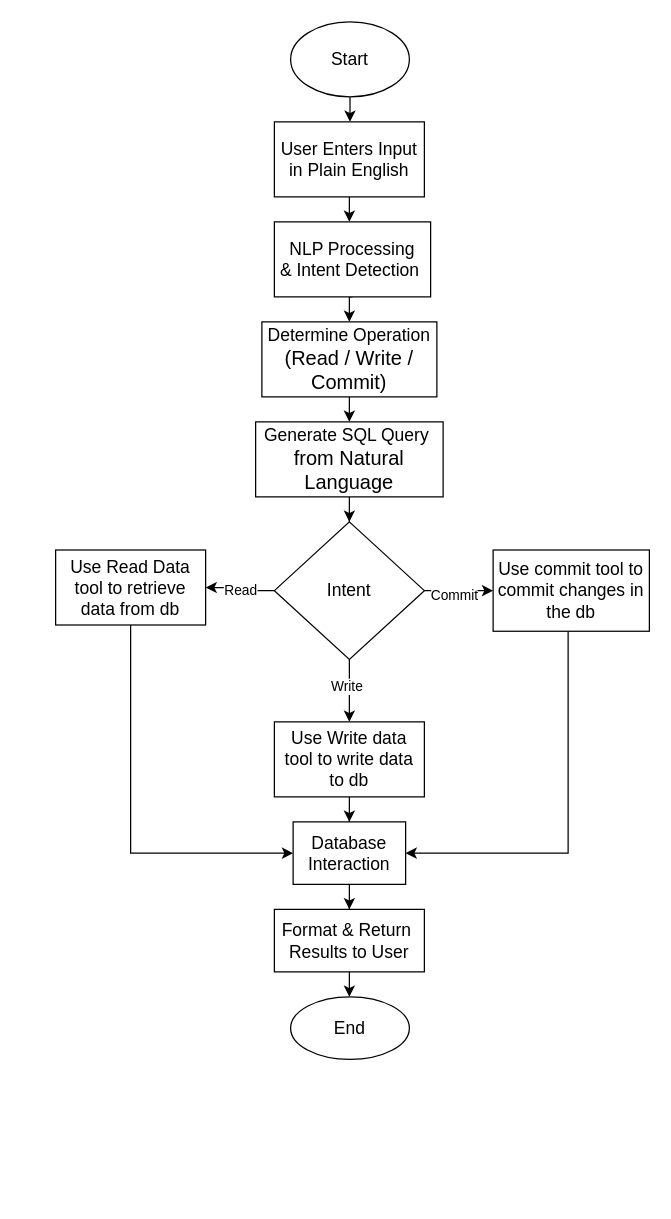
The draw.io diagram DB agent flowchart.drawio in Aparup123/Drawio, before the edit. Source tidied: cells renumbered, new cells numbered last; positions are measured from the earlier drawing's top-left corner, leaving out a move shared by most shapes. Both pictures are drawn from the tidied source at 125%, with x=0, y=0 at pixel (55, 21).
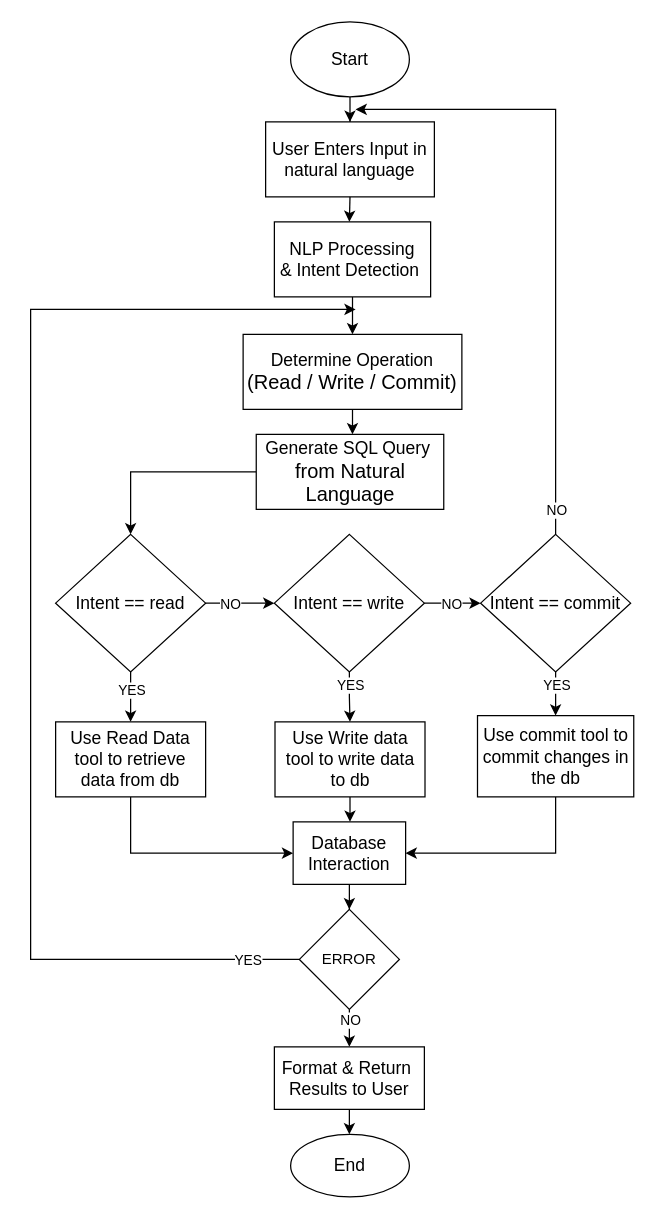
The same page after the edit.

The change refers to these unchanged cells:
```xml
<mxCell id="12" value="&lt;font style=&quot;font-size: 14px;&quot;&gt;Database&lt;/font&gt;&lt;div&gt;&lt;font style=&quot;font-size: 14px;&quot;&gt;&amp;nbsp;Interaction&amp;nbsp;&lt;/font&gt;&lt;/div&gt;" style="rounded=0;whiteSpace=wrap;html=1;" parent="1" vertex="1">
  <mxGeometry x="190" y="640" width="90" height="50" as="geometry" />
</mxCell>
```

What changed in the source:
```diff
@@
-    <mxCell id="4" value="&lt;font style=&quot;font-size: 14px;&quot;&gt;User Enters Input in Plain English&lt;/font&gt;" style="rounded=0;whiteSpace=wrap;html=1;" parent="1" vertex="1">
-      <mxGeometry x="175" y="80" width="120" height="60" as="geometry" />
+    <mxCell id="4" value="&lt;font style=&quot;font-size: 14px;&quot;&gt;User Enters Input in natural language&lt;/font&gt;" style="rounded=0;whiteSpace=wrap;html=1;" parent="1" vertex="1">
+      <mxGeometry x="168" y="80" width="135" height="60" as="geometry" />
     </mxCell>
@@
     <mxCell id="8" value="&lt;font style=&quot;font-size: 14px;&quot;&gt;Determine Operation&lt;/font&gt;&lt;div&gt;&lt;font size=&quot;3&quot;&gt;(Read / Write / Commit)&lt;/font&gt;&lt;/div&gt;" style="rounded=0;whiteSpace=wrap;html=1;" parent="1" vertex="1">
-      <mxGeometry x="165" y="240" width="140" height="60" as="geometry" />
+      <mxGeometry x="150" y="250" width="175" height="60" as="geometry" />
     </mxCell>
@@
     <mxCell id="10" value="&lt;font style=&quot;font-size: 14px;&quot;&gt;Generate SQL Query&amp;nbsp;&lt;/font&gt;&lt;div&gt;&lt;font size=&quot;3&quot;&gt;from Natural Language&lt;/font&gt;&lt;/div&gt;" style="rounded=0;whiteSpace=wrap;html=1;" parent="1" vertex="1">
-      <mxGeometry x="160" y="320" width="150" height="60" as="geometry" />
+      <mxGeometry x="160.5" y="330" width="150" height="60" as="geometry" />
     </mxCell>
-    <mxCell id="11" style="edgeStyle=orthogonalEdgeStyle;rounded=0;jettySize=auto;html=1;entryX=0.5;entryY=0;entryDx=0;entryDy=0;" parent="1" edge="1" source="12" target="14">
+    <mxCell id="11" style="edgeStyle=orthogonalEdgeStyle;rounded=0;jettySize=auto;html=1;entryX=0.5;entryY=0;entryDx=0;entryDy=0;" parent="1" edge="1" source="47" target="14">
       <mxGeometry relative="1" as="geometry" />
     </mxCell>
+    <mxCell id="30" value="NO" style="edgeLabel;html=1;align=center;verticalAlign=middle;" parent="11" vertex="1">
+      <mxGeometry x="-0.69" relative="1" as="geometry" />
+    </mxCell>
@@
     <mxCell id="14" value="&lt;font style=&quot;font-size: 14px;&quot;&gt;Format &amp;amp; Return&lt;/font&gt;&lt;font style=&quot;font-size: 14px;&quot;&gt;&amp;nbsp;&lt;/font&gt;&lt;div&gt;&lt;span style=&quot;background-color: transparent; color: light-dark(rgb(0, 0, 0), rgb(255, 255, 255));&quot;&gt;&lt;font style=&quot;font-size: 14px;&quot;&gt;Results to User&lt;/font&gt;&lt;/span&gt;&lt;/div&gt;" style="rounded=0;whiteSpace=wrap;html=1;" parent="1" vertex="1">
-      <mxGeometry x="175" y="710" width="120" height="50" as="geometry" />
+      <mxGeometry x="175" y="820" width="120" height="50" as="geometry" />
     </mxCell>
     <mxCell id="15" value="&lt;font style=&quot;font-size: 14px;&quot;&gt;End&lt;/font&gt;" style="ellipse;whiteSpace=wrap;html=1;" parent="1" vertex="1">
-      <mxGeometry x="188" y="780" width="95" height="50" as="geometry" />
+      <mxGeometry x="188" y="890" width="95" height="50" as="geometry" />
     </mxCell>
+    <mxCell id="31" style="edgeStyle=orthogonalEdgeStyle;rounded=0;jettySize=auto;html=1;" parent="1" edge="1" source="22" target="38">
+      <mxGeometry relative="1" as="geometry" />
+    </mxCell>
+    <mxCell id="32" value="NO" style="edgeLabel;html=1;align=center;verticalAlign=middle;" parent="31" vertex="1">
+      <mxGeometry x="-0.04" y="-1" relative="1" as="geometry">
+        <mxPoint x="-7" y="-1" as="offset" />
+      </mxGeometry>
+    </mxCell>
-    <mxCell id="16" style="edgeStyle=orthogonalEdgeStyle;rounded=0;jettySize=auto;html=1;" parent="1" edge="1" source="22" target="24">
+    <mxCell id="16" style="edgeStyle=orthogonalEdgeStyle;rounded=0;jettySize=auto;html=1;entryX=0.5;entryY=0;entryDx=0;entryDy=0;" parent="1" edge="1" source="22" target="24">
       <mxGeometry relative="1" as="geometry" />
     </mxCell>
-    <mxCell id="17" value="Read" style="edgeLabel;html=1;align=center;verticalAlign=middle;" parent="16" vertex="1">
-      <mxGeometry x="-0.03" relative="1" as="geometry" />
-    </mxCell>
-    <mxCell id="18" style="edgeStyle=orthogonalEdgeStyle;rounded=0;jettySize=auto;html=1;" parent="1" edge="1" source="22" target="26">
-      <mxGeometry relative="1" as="geometry" />
-    </mxCell>
-    <mxCell id="19" value="Write" style="edgeLabel;html=1;align=center;verticalAlign=middle;" parent="18" vertex="1">
-      <mxGeometry x="-0.16" y="-3" relative="1" as="geometry" />
-    </mxCell>
-    <mxCell id="20" style="edgeStyle=orthogonalEdgeStyle;rounded=0;jettySize=auto;html=1;" parent="1" edge="1" source="22" target="28">
-      <mxGeometry relative="1" as="geometry" />
-    </mxCell>
-    <mxCell id="21" value="Commit" style="edgeLabel;html=1;align=center;verticalAlign=middle;" parent="20" vertex="1">
-      <mxGeometry x="-0.17" y="-3" relative="1" as="geometry" />
-    </mxCell>
+    <mxCell id="33" value="YES" style="edgeLabel;html=1;align=center;verticalAlign=middle;" parent="16" vertex="1">
+      <mxGeometry x="-0.31" y="3" relative="1" as="geometry">
+        <mxPoint x="-3" as="offset" />
+      </mxGeometry>
+    </mxCell>
-    <mxCell id="22" value="&lt;font style=&quot;font-size: 14px;&quot;&gt;Intent&lt;/font&gt;" style="rhombus;whiteSpace=wrap;html=1;" parent="1" vertex="1">
-      <mxGeometry x="175" y="400" width="120" height="110" as="geometry" />
+    <mxCell id="22" value="&lt;font style=&quot;font-size: 14px;&quot;&gt;Intent == read&lt;/font&gt;" style="rhombus;whiteSpace=wrap;html=1;" parent="1" vertex="1">
+      <mxGeometry y="410" width="120" height="110" as="geometry" />
     </mxCell>
@@
     <mxCell id="24" value="&lt;font style=&quot;font-size: 14px;&quot;&gt;Use Read Data tool to retrieve data from db&lt;/font&gt;" style="whiteSpace=wrap;html=1;" parent="1" vertex="1">
-      <mxGeometry y="422.5" width="120" height="60" as="geometry" />
+      <mxGeometry y="560" width="120" height="60" as="geometry" />
     </mxCell>
@@
     <mxCell id="26" value="&lt;font style=&quot;font-size: 14px;&quot;&gt;Use Write data tool to write data to db&lt;/font&gt;" style="whiteSpace=wrap;html=1;" parent="1" vertex="1">
-      <mxGeometry x="175" y="560" width="120" height="60" as="geometry" />
+      <mxGeometry x="175.5" y="560" width="120" height="60" as="geometry" />
     </mxCell>
     <mxCell id="27" style="edgeStyle=orthogonalEdgeStyle;rounded=0;jettySize=auto;html=1;entryX=1;entryY=0.5;entryDx=0;entryDy=0;" parent="1" edge="1" source="28" target="12">
       <mxGeometry relative="1" as="geometry">
         <Array as="points">
-          <mxPoint x="410" y="665" />
+          <mxPoint x="400" y="665" />
         </Array>
       </mxGeometry>
     </mxCell>
     <mxCell id="28" value="&lt;font style=&quot;font-size: 14px;&quot;&gt;Use commit tool to commit changes in the db&lt;/font&gt;" style="whiteSpace=wrap;html=1;" parent="1" vertex="1">
-      <mxGeometry x="350" y="422.5" width="125" height="65" as="geometry" />
+      <mxGeometry x="337.5" y="555" width="125" height="65" as="geometry" />
     </mxCell>
@@
+    <mxCell id="34" style="edgeStyle=orthogonalEdgeStyle;rounded=0;jettySize=auto;html=1;entryX=0.5;entryY=0;entryDx=0;entryDy=0;" parent="1" edge="1" source="38" target="26">
+      <mxGeometry relative="1" as="geometry" />
+    </mxCell>
+    <mxCell id="35" value="YES" style="edgeLabel;html=1;align=center;verticalAlign=middle;" parent="34" vertex="1">
+      <mxGeometry x="-0.63" y="-2" relative="1" as="geometry">
+        <mxPoint x="2" y="3" as="offset" />
+      </mxGeometry>
+    </mxCell>
+    <mxCell id="36" style="edgeStyle=orthogonalEdgeStyle;rounded=0;jettySize=auto;html=1;" parent="1" edge="1" source="38" target="43">
+      <mxGeometry relative="1" as="geometry" />
+    </mxCell>
+    <mxCell id="37" value="NO" style="edgeLabel;html=1;align=center;verticalAlign=middle;" parent="36" vertex="1">
+      <mxGeometry x="-0.07" relative="1" as="geometry" />
+    </mxCell>
+    <mxCell id="38" value="&lt;font style=&quot;font-size: 14px;&quot;&gt;Intent == write&lt;/font&gt;" style="rhombus;whiteSpace=wrap;html=1;" parent="1" vertex="1">
+      <mxGeometry x="175" y="410" width="120" height="110" as="geometry" />
+    </mxCell>
+    <mxCell id="39" style="edgeStyle=orthogonalEdgeStyle;rounded=0;jettySize=auto;html=1;" parent="1" edge="1" source="43" target="28">
+      <mxGeometry relative="1" as="geometry" />
+    </mxCell>
+    <mxCell id="40" value="YES" style="edgeLabel;html=1;align=center;verticalAlign=middle;" parent="39" vertex="1">
+      <mxGeometry x="-0.2" y="-3" relative="1" as="geometry">
+        <mxPoint x="3" y="-8" as="offset" />
+      </mxGeometry>
+    </mxCell>
+    <mxCell id="41" style="edgeStyle=orthogonalEdgeStyle;rounded=0;jettySize=auto;html=1;" parent="1" edge="1" source="43">
+      <mxGeometry relative="1" as="geometry">
+        <mxPoint x="240" y="70" as="targetPoint" />
+        <Array as="points">
+          <mxPoint x="400" y="70" />
+        </Array>
+      </mxGeometry>
+    </mxCell>
+    <mxCell id="42" value="NO" style="edgeLabel;html=1;align=center;verticalAlign=middle;" parent="41" vertex="1">
+      <mxGeometry x="-0.82" y="-1" relative="1" as="geometry">
+        <mxPoint x="-1" y="25" as="offset" />
+      </mxGeometry>
+    </mxCell>
+    <mxCell id="43" value="&lt;font style=&quot;font-size: 14px;&quot;&gt;Intent == commit&lt;/font&gt;" style="rhombus;whiteSpace=wrap;html=1;" parent="1" vertex="1">
+      <mxGeometry x="340" y="410" width="120" height="110" as="geometry" />
+    </mxCell>
+    <mxCell id="44" style="edgeStyle=orthogonalEdgeStyle;rounded=0;jettySize=auto;html=1;entryX=0.5;entryY=0;entryDx=0;entryDy=0;" parent="1" edge="1" source="12" target="47">
+      <mxGeometry relative="1" as="geometry" />
+    </mxCell>
+    <mxCell id="45" style="edgeStyle=orthogonalEdgeStyle;rounded=0;jettySize=auto;html=1;" parent="1" edge="1" source="47">
+      <mxGeometry relative="1" as="geometry">
+        <mxPoint x="240" y="230" as="targetPoint" />
+        <Array as="points">
+          <mxPoint x="-20" y="750" />
+          <mxPoint x="-20" y="230" />
+        </Array>
+      </mxGeometry>
+    </mxCell>
+    <mxCell id="46" value="YES" style="edgeLabel;html=1;align=center;verticalAlign=middle;" parent="45" vertex="1">
+      <mxGeometry x="-0.9" y="-2" relative="1" as="geometry">
+        <mxPoint x="8" y="2" as="offset" />
+      </mxGeometry>
+    </mxCell>
+    <mxCell id="47" value="ERROR" style="rhombus;whiteSpace=wrap;html=1;" parent="1" vertex="1">
+      <mxGeometry x="195" y="710" width="80" height="80" as="geometry" />
+    </mxCell>
```
